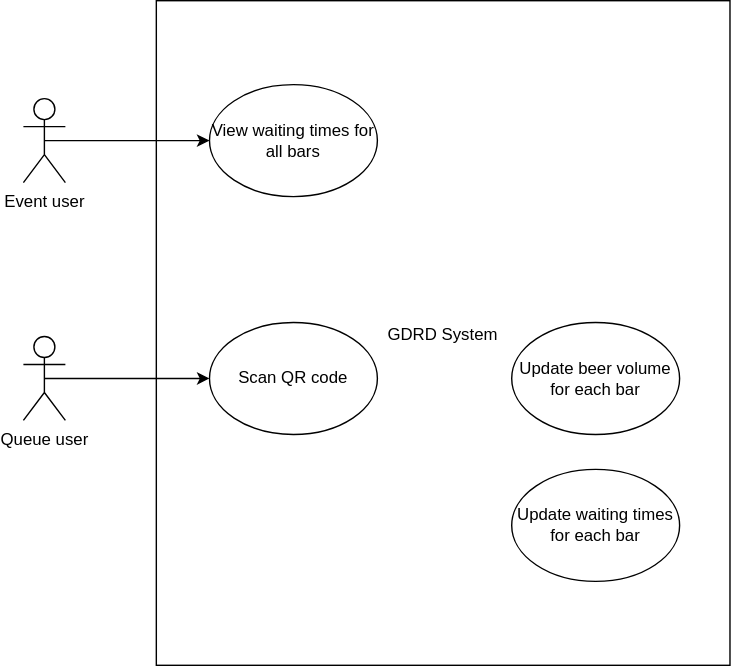
Earlier version of the draw.io export doc/use_case_diagram.drawio.svg (christerng/gdrd). Source tidied: cells renumbered, new cells last; positions are measured from the earlier drawing's top-left corner, leaving out a move shared by most shapes. Its diagram source:
```xml
<mxGraphModel>
  <root>
    <mxCell id="0" />
    <mxCell id="1" parent="0" />
    <mxCell id="2" value="&lt;p style=&quot;line-height: 100%;&quot;&gt;GDRD System&lt;/p&gt;" style="rounded=0;whiteSpace=wrap;html=1;align=center;" parent="1" vertex="1">
      <mxGeometry x="95" width="410" height="475" as="geometry" />
    </mxCell>
    <mxCell id="3" style="edgeStyle=none;html=1;exitX=0.5;exitY=0.5;exitDx=0;exitDy=0;exitPerimeter=0;entryX=0;entryY=0.5;entryDx=0;entryDy=0;" parent="1" edge="1" source="4" target="5">
      <mxGeometry relative="1" as="geometry" />
    </mxCell>
    <mxCell id="4" value="Event user" style="shape=umlActor;verticalLabelPosition=bottom;verticalAlign=top;html=1;outlineConnect=0;" parent="1" vertex="1">
      <mxGeometry y="70" width="30" height="60" as="geometry" />
    </mxCell>
    <mxCell id="5" value="View waiting times for all bars" style="ellipse;whiteSpace=wrap;html=1;" parent="1" vertex="1">
      <mxGeometry x="133" y="60" width="120" height="80" as="geometry" />
    </mxCell>
    <mxCell id="6" value="Scan QR code" style="ellipse;whiteSpace=wrap;html=1;" parent="1" vertex="1">
      <mxGeometry x="133" y="230" width="120" height="80" as="geometry" />
    </mxCell>
    <mxCell id="7" style="edgeStyle=none;html=1;exitX=0.5;exitY=0.5;exitDx=0;exitDy=0;exitPerimeter=0;entryX=0;entryY=0.5;entryDx=0;entryDy=0;" parent="1" edge="1" source="8" target="6">
      <mxGeometry relative="1" as="geometry" />
    </mxCell>
    <mxCell id="8" value="Queue user" style="shape=umlActor;verticalLabelPosition=bottom;verticalAlign=top;html=1;outlineConnect=0;" parent="1" vertex="1">
      <mxGeometry y="240" width="30" height="60" as="geometry" />
    </mxCell>
    <mxCell id="9" value="Update beer volume for each bar" style="ellipse;whiteSpace=wrap;html=1;" parent="1" vertex="1">
      <mxGeometry x="349" y="230" width="120" height="80" as="geometry" />
    </mxCell>
    <mxCell id="10" value="Update waiting times for each bar" style="ellipse;whiteSpace=wrap;html=1;" parent="1" vertex="1">
      <mxGeometry x="349" y="335" width="120" height="80" as="geometry" />
    </mxCell>
  </root>
</mxGraphModel>
```
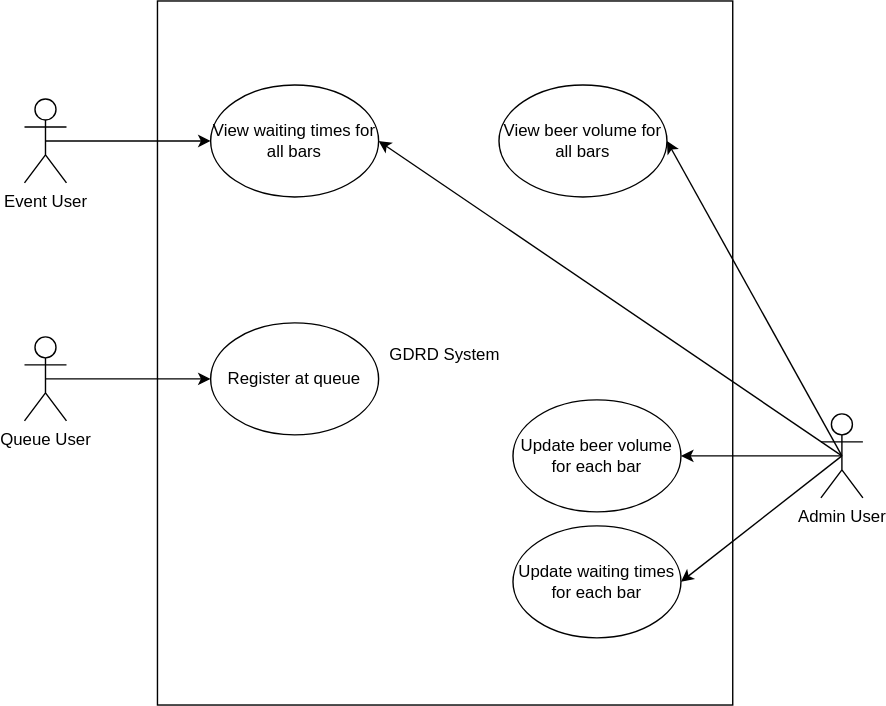
Above is the later version.

Commit message:
doc: add `Admin User` to use case diagram

The edit, as a diff of the source:
```diff
@@ -3,31 +3,49 @@
     <mxCell id="0" />
     <mxCell id="1" parent="0" />
     <mxCell id="2" value="&lt;p style=&quot;line-height: 100%;&quot;&gt;GDRD System&lt;/p&gt;" style="rounded=0;whiteSpace=wrap;html=1;align=center;" parent="1" vertex="1">
-      <mxGeometry x="95" width="410" height="475" as="geometry" />
+      <mxGeometry x="95" width="411" height="503" as="geometry" />
     </mxCell>
     <mxCell id="3" style="edgeStyle=none;html=1;exitX=0.5;exitY=0.5;exitDx=0;exitDy=0;exitPerimeter=0;entryX=0;entryY=0.5;entryDx=0;entryDy=0;" parent="1" edge="1" source="4" target="5">
       <mxGeometry relative="1" as="geometry" />
     </mxCell>
-    <mxCell id="4" value="Event user" style="shape=umlActor;verticalLabelPosition=bottom;verticalAlign=top;html=1;outlineConnect=0;" parent="1" vertex="1">
+    <mxCell id="4" value="Event User" style="shape=umlActor;verticalLabelPosition=bottom;verticalAlign=top;html=1;outlineConnect=0;" parent="1" vertex="1">
       <mxGeometry y="70" width="30" height="60" as="geometry" />
     </mxCell>
     <mxCell id="5" value="View waiting times for all bars" style="ellipse;whiteSpace=wrap;html=1;" parent="1" vertex="1">
       <mxGeometry x="133" y="60" width="120" height="80" as="geometry" />
     </mxCell>
-    <mxCell id="6" value="Scan QR code" style="ellipse;whiteSpace=wrap;html=1;" parent="1" vertex="1">
+    <mxCell id="6" value="Register at queue" style="ellipse;whiteSpace=wrap;html=1;" parent="1" vertex="1">
       <mxGeometry x="133" y="230" width="120" height="80" as="geometry" />
     </mxCell>
     <mxCell id="7" style="edgeStyle=none;html=1;exitX=0.5;exitY=0.5;exitDx=0;exitDy=0;exitPerimeter=0;entryX=0;entryY=0.5;entryDx=0;entryDy=0;" parent="1" edge="1" source="8" target="6">
       <mxGeometry relative="1" as="geometry" />
     </mxCell>
-    <mxCell id="8" value="Queue user" style="shape=umlActor;verticalLabelPosition=bottom;verticalAlign=top;html=1;outlineConnect=0;" parent="1" vertex="1">
+    <mxCell id="8" value="Queue User" style="shape=umlActor;verticalLabelPosition=bottom;verticalAlign=top;html=1;outlineConnect=0;" parent="1" vertex="1">
       <mxGeometry y="240" width="30" height="60" as="geometry" />
     </mxCell>
     <mxCell id="9" value="Update beer volume for each bar" style="ellipse;whiteSpace=wrap;html=1;" parent="1" vertex="1">
-      <mxGeometry x="349" y="230" width="120" height="80" as="geometry" />
+      <mxGeometry x="349" y="285" width="120" height="80" as="geometry" />
     </mxCell>
     <mxCell id="10" value="Update waiting times for each bar" style="ellipse;whiteSpace=wrap;html=1;" parent="1" vertex="1">
-      <mxGeometry x="349" y="335" width="120" height="80" as="geometry" />
+      <mxGeometry x="349" y="375" width="120" height="80" as="geometry" />
     </mxCell>
+    <mxCell id="11" style="edgeStyle=none;html=1;exitX=0.5;exitY=0.5;exitDx=0;exitDy=0;exitPerimeter=0;entryX=1;entryY=0.5;entryDx=0;entryDy=0;" parent="1" edge="1" source="15" target="9">
+      <mxGeometry relative="1" as="geometry" />
+    </mxCell>
+    <mxCell id="12" style="edgeStyle=none;html=1;exitX=0.5;exitY=0.5;exitDx=0;exitDy=0;exitPerimeter=0;entryX=1;entryY=0.5;entryDx=0;entryDy=0;" parent="1" edge="1" source="15" target="10">
+      <mxGeometry relative="1" as="geometry" />
+    </mxCell>
+    <mxCell id="13" style="edgeStyle=none;html=1;exitX=0.5;exitY=0.5;exitDx=0;exitDy=0;exitPerimeter=0;entryX=1;entryY=0.5;entryDx=0;entryDy=0;" parent="1" edge="1" source="15" target="16">
+      <mxGeometry relative="1" as="geometry" />
+    </mxCell>
+    <mxCell id="14" style="edgeStyle=none;html=1;exitX=0.5;exitY=0.5;exitDx=0;exitDy=0;exitPerimeter=0;entryX=1;entryY=0.5;entryDx=0;entryDy=0;" parent="1" edge="1" source="15" target="5">
+      <mxGeometry relative="1" as="geometry" />
+    </mxCell>
+    <mxCell id="15" value="Admin User" style="shape=umlActor;verticalLabelPosition=bottom;verticalAlign=top;html=1;outlineConnect=0;" parent="1" vertex="1">
+      <mxGeometry x="569" y="295" width="30" height="60" as="geometry" />
+    </mxCell>
+    <mxCell id="16" value="View beer volume for all bars" style="ellipse;whiteSpace=wrap;html=1;" parent="1" vertex="1">
+      <mxGeometry x="339" y="60" width="120" height="80" as="geometry" />
+    </mxCell>
   </root>
 </mxGraphModel>
```
